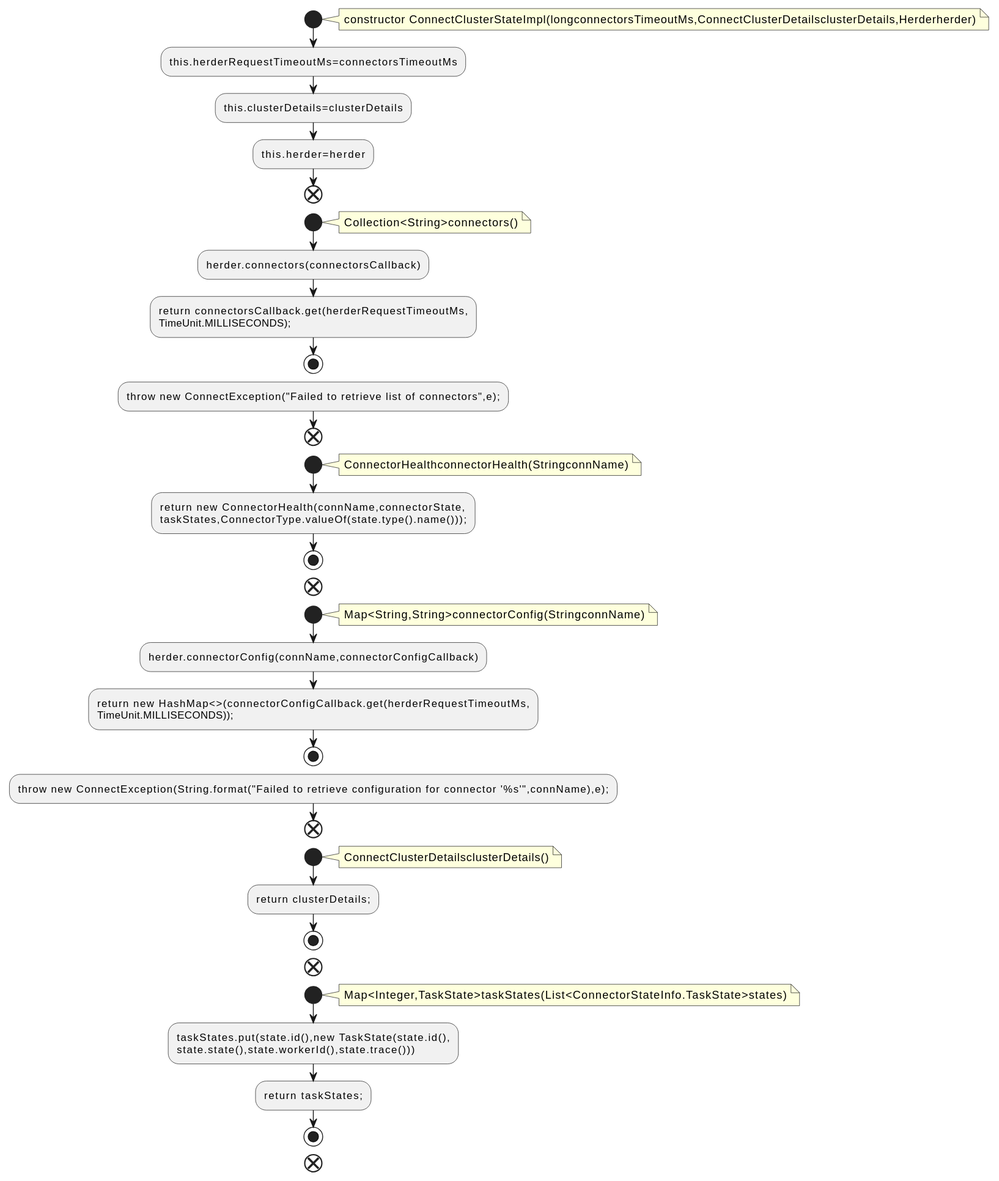
qualitesys/kafka keeps this PlantUML diagram as docs/qc/connect/runtime/src/main/java/org/apache/kafka/connect/runtime/health/ConnectClusterStateImpl.java.fct.svg. Above is the earlier version.
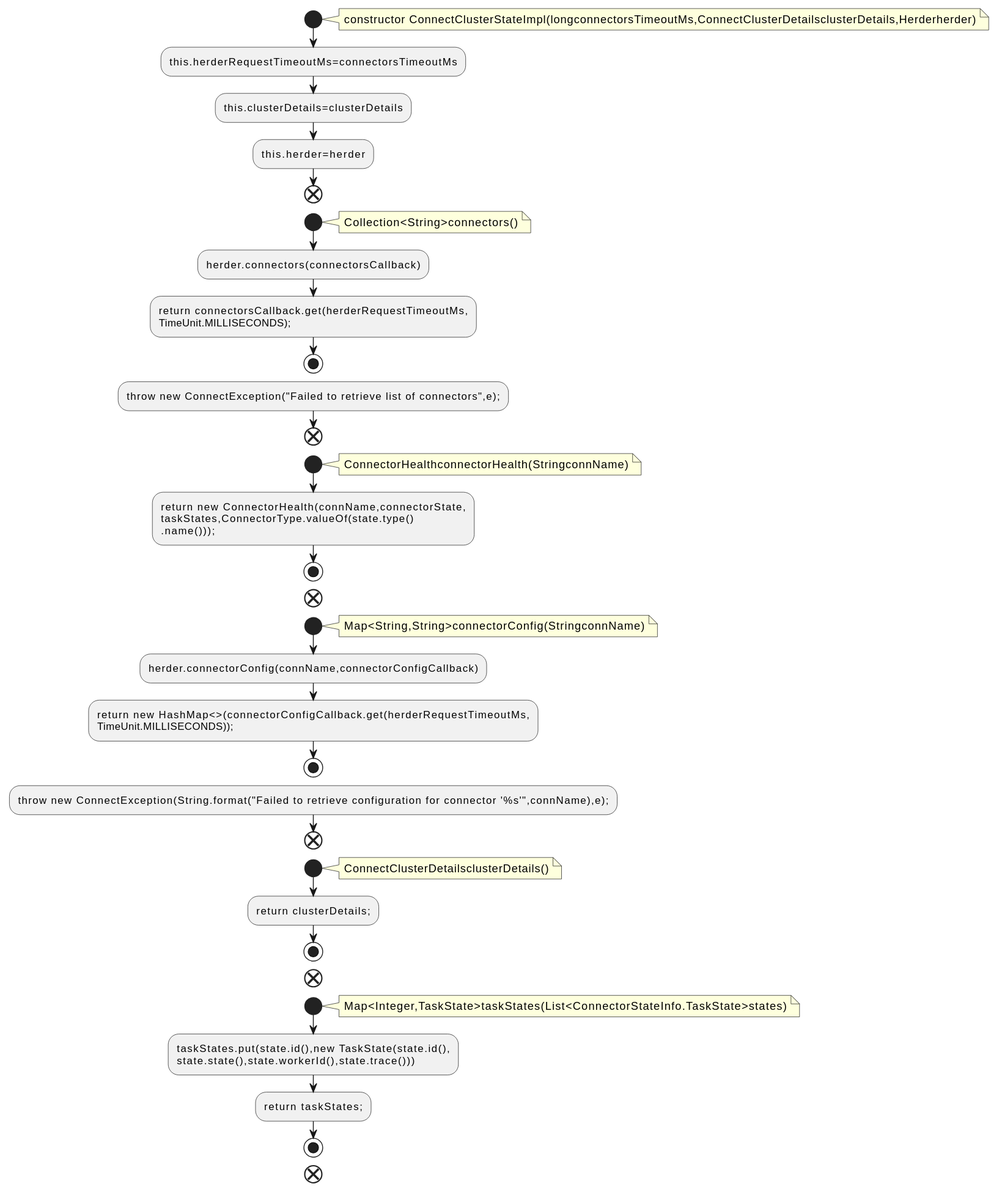
The same diagram one commit later.

Diff of the diagram source:
```diff
@@ -23,7 +23,8 @@
 ConnectorHealthconnectorHealth(StringconnName)
 end note
 :return new ConnectorHealth(connName,connectorState,
-taskStates,ConnectorType.valueOf(state.type().name()));;
+taskStates,ConnectorType.valueOf(state.type()
+.name()));;
 stop
 end
 start
```
